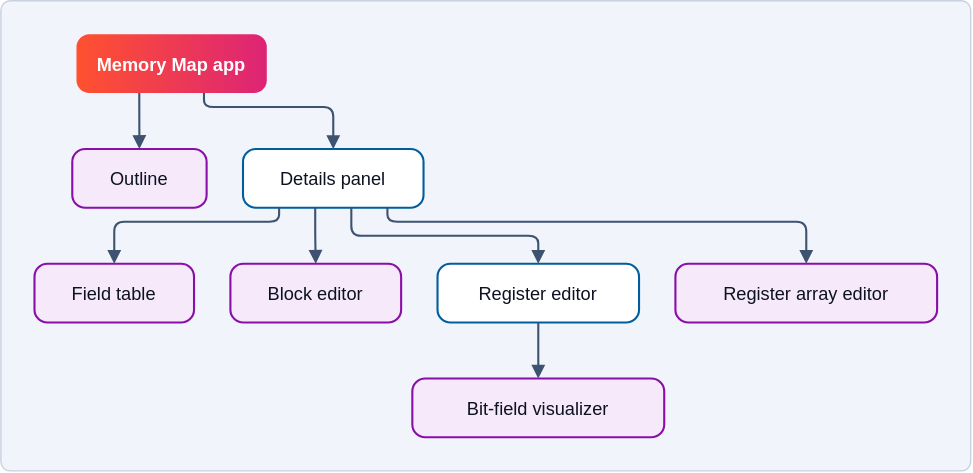
Before: docs/images/diagrams/architecture-webview-2.drawio.svg, a diagram exported from draw.io (bleviet/ipcraft-vscode). Source tidied: cells renumbered, new cells last; positions are measured from the earlier drawing's top-left corner, leaving out a move shared by most shapes. The source it was exported from:
```xml
<mxGraphModel>
  <root>
    <mxCell id="0" />
    <mxCell id="1" value="Background" parent="0" />
    <mxCell id="2" style="rounded=1;arcSize=2;absoluteArcSize=0;fillColor=#f1f4fb;strokeColor=#c9d0de;" parent="1" vertex="1">
      <mxGeometry width="693" height="336" as="geometry" />
    </mxCell>
    <mxCell id="3" value="Diagram" parent="0" />
    <mxCell id="4" value="Memory Map app" style="fontFamily=Manrope, Helvetica, Arial, sans-serif;fontSize=13;fontColor=#0d1120;strokeWidth=1.5;rounded=1;arcSize=22;fillColor=#ff512f;gradientColor=#dd2476;gradientDirection=east;strokeColor=none;fontColor=#ffffff;fontStyle=1;" parent="3" vertex="1">
      <mxGeometry x="54" y="24" width="136" height="42" as="geometry" />
    </mxCell>
    <mxCell id="5" value="Outline" style="fontFamily=Manrope, Helvetica, Arial, sans-serif;fontSize=13;fontColor=#0d1120;strokeWidth=1.5;rounded=1;arcSize=22;fillColor=#f5e9fa;strokeColor=#8a0ea8;" parent="3" vertex="1">
      <mxGeometry x="51" y="106" width="96" height="42" as="geometry" />
    </mxCell>
    <mxCell id="6" value="Details panel" style="fontFamily=Manrope, Helvetica, Arial, sans-serif;fontSize=13;fontColor=#0d1120;strokeWidth=1.5;rounded=1;arcSize=22;fillColor=#ffffff;strokeColor=#005e9e;" parent="3" vertex="1">
      <mxGeometry x="173" y="106" width="129" height="42" as="geometry" />
    </mxCell>
    <mxCell id="7" value="Block editor" style="fontFamily=Manrope, Helvetica, Arial, sans-serif;fontSize=13;fontColor=#0d1120;strokeWidth=1.5;rounded=1;arcSize=22;fillColor=#f5e9fa;strokeColor=#8a0ea8;" parent="3" vertex="1">
      <mxGeometry x="164" y="188" width="122" height="42" as="geometry" />
    </mxCell>
    <mxCell id="8" value="Register editor" style="fontFamily=Manrope, Helvetica, Arial, sans-serif;fontSize=13;fontColor=#0d1120;strokeWidth=1.5;rounded=1;arcSize=22;fillColor=#ffffff;strokeColor=#005e9e;" parent="3" vertex="1">
      <mxGeometry x="312" y="188" width="144" height="42" as="geometry" />
    </mxCell>
    <mxCell id="9" value="Field table" style="fontFamily=Manrope, Helvetica, Arial, sans-serif;fontSize=13;fontColor=#0d1120;strokeWidth=1.5;rounded=1;arcSize=22;fillColor=#f5e9fa;strokeColor=#8a0ea8;" parent="3" vertex="1">
      <mxGeometry x="24" y="188" width="114" height="42" as="geometry" />
    </mxCell>
    <mxCell id="10" value="Register array editor" style="fontFamily=Manrope, Helvetica, Arial, sans-serif;fontSize=13;fontColor=#0d1120;strokeWidth=1.5;rounded=1;arcSize=22;fillColor=#f5e9fa;strokeColor=#8a0ea8;" parent="3" vertex="1">
      <mxGeometry x="482" y="188" width="187" height="42" as="geometry" />
    </mxCell>
    <mxCell id="11" value="Bit-field visualizer" style="fontFamily=Manrope, Helvetica, Arial, sans-serif;fontSize=13;fontColor=#0d1120;strokeWidth=1.5;rounded=1;arcSize=22;fillColor=#f5e9fa;strokeColor=#8a0ea8;" parent="3" vertex="1">
      <mxGeometry x="294" y="270" width="180" height="42" as="geometry" />
    </mxCell>
    <mxCell id="12" style="edgeStyle=orthogonalEdgeStyle;rounded=1;arcSize=14;strokeColor=#3d5370;strokeWidth=1.5;endArrow=block;endFill=1;endSize=6;fontFamily=Manrope, Helvetica, Arial, sans-serif;fontSize=11;fontColor=#3d5370;labelBackgroundColor=#f1f4fb;exitX=0.33;exitY=1;exitDx=0;exitDy=0;entryX=0.5;entryY=0;entryDx=0;entryDy=0;" parent="3" edge="1" source="4" target="5">
      <mxGeometry relative="1" as="geometry" />
    </mxCell>
    <mxCell id="13" style="edgeStyle=orthogonalEdgeStyle;rounded=1;arcSize=14;strokeColor=#3d5370;strokeWidth=1.5;endArrow=block;endFill=1;endSize=6;fontFamily=Manrope, Helvetica, Arial, sans-serif;fontSize=11;fontColor=#3d5370;labelBackgroundColor=#f1f4fb;exitX=0.67;exitY=1;exitDx=0;exitDy=0;entryX=0.5;entryY=0;entryDx=0;entryDy=0;" parent="3" edge="1" source="4" target="6">
      <mxGeometry relative="1" as="geometry">
        <Array as="points">
          <mxPoint x="145" y="76" />
          <mxPoint x="238" y="76" />
        </Array>
      </mxGeometry>
    </mxCell>
    <mxCell id="14" style="edgeStyle=orthogonalEdgeStyle;rounded=1;arcSize=14;strokeColor=#3d5370;strokeWidth=1.5;endArrow=block;endFill=1;endSize=6;fontFamily=Manrope, Helvetica, Arial, sans-serif;fontSize=11;fontColor=#3d5370;labelBackgroundColor=#f1f4fb;exitX=0.4;exitY=1;exitDx=0;exitDy=0;entryX=0.5;entryY=0;entryDx=0;entryDy=0;" parent="3" edge="1" source="6" target="7">
      <mxGeometry relative="1" as="geometry" />
    </mxCell>
    <mxCell id="15" style="edgeStyle=orthogonalEdgeStyle;rounded=1;arcSize=14;strokeColor=#3d5370;strokeWidth=1.5;endArrow=block;endFill=1;endSize=6;fontFamily=Manrope, Helvetica, Arial, sans-serif;fontSize=11;fontColor=#3d5370;labelBackgroundColor=#f1f4fb;exitX=0.6;exitY=1;exitDx=0;exitDy=0;entryX=0.5;entryY=0;entryDx=0;entryDy=0;" parent="3" edge="1" source="6" target="8">
      <mxGeometry relative="1" as="geometry">
        <Array as="points">
          <mxPoint x="250" y="168" />
          <mxPoint x="384" y="168" />
        </Array>
      </mxGeometry>
    </mxCell>
    <mxCell id="16" style="edgeStyle=orthogonalEdgeStyle;rounded=1;arcSize=14;strokeColor=#3d5370;strokeWidth=1.5;endArrow=block;endFill=1;endSize=6;fontFamily=Manrope, Helvetica, Arial, sans-serif;fontSize=11;fontColor=#3d5370;labelBackgroundColor=#f1f4fb;exitX=0.2;exitY=1;exitDx=0;exitDy=0;entryX=0.5;entryY=0;entryDx=0;entryDy=0;" parent="3" edge="1" source="6" target="9">
      <mxGeometry relative="1" as="geometry">
        <Array as="points">
          <mxPoint x="199" y="158" />
          <mxPoint x="81" y="158" />
        </Array>
      </mxGeometry>
    </mxCell>
    <mxCell id="17" style="edgeStyle=orthogonalEdgeStyle;rounded=1;arcSize=14;strokeColor=#3d5370;strokeWidth=1.5;endArrow=block;endFill=1;endSize=6;fontFamily=Manrope, Helvetica, Arial, sans-serif;fontSize=11;fontColor=#3d5370;labelBackgroundColor=#f1f4fb;exitX=0.8;exitY=1;exitDx=0;exitDy=0;entryX=0.5;entryY=0;entryDx=0;entryDy=0;" parent="3" edge="1" source="6" target="10">
      <mxGeometry relative="1" as="geometry">
        <Array as="points">
          <mxPoint x="276" y="158" />
          <mxPoint x="576" y="158" />
        </Array>
      </mxGeometry>
    </mxCell>
    <mxCell id="18" style="edgeStyle=orthogonalEdgeStyle;rounded=1;arcSize=14;strokeColor=#3d5370;strokeWidth=1.5;endArrow=block;endFill=1;endSize=6;fontFamily=Manrope, Helvetica, Arial, sans-serif;fontSize=11;fontColor=#3d5370;labelBackgroundColor=#f1f4fb;exitX=0.5;exitY=1;exitDx=0;exitDy=0;entryX=0.5;entryY=0;entryDx=0;entryDy=0;" parent="3" edge="1" source="8" target="11">
      <mxGeometry relative="1" as="geometry" />
    </mxCell>
  </root>
</mxGraphModel>
```
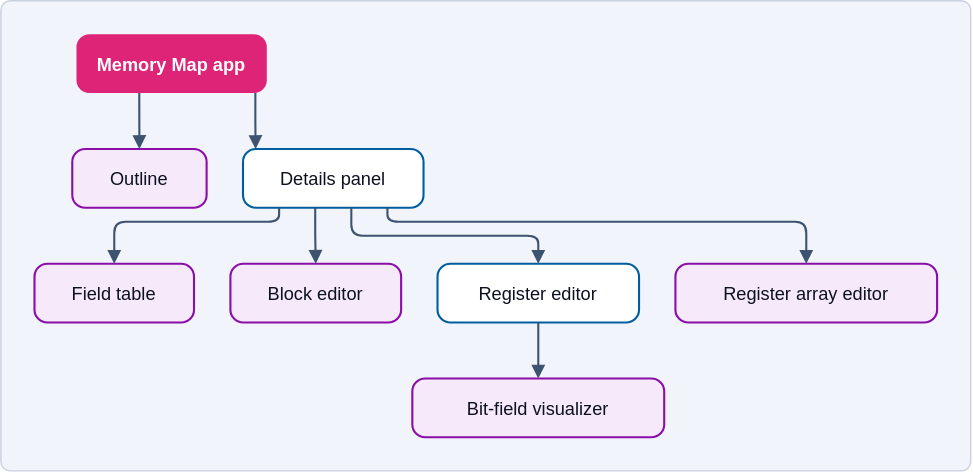
The same file after the commit.

What changed in the source:
```diff
@@ -6,7 +6,7 @@
       <mxGeometry width="693" height="336" as="geometry" />
     </mxCell>
     <mxCell id="3" value="Diagram" parent="0" />
-    <mxCell id="4" value="Memory Map app" style="fontFamily=Manrope, Helvetica, Arial, sans-serif;fontSize=13;fontColor=#0d1120;strokeWidth=1.5;rounded=1;arcSize=22;fillColor=#ff512f;gradientColor=#dd2476;gradientDirection=east;strokeColor=none;fontColor=#ffffff;fontStyle=1;" parent="3" vertex="1">
+    <mxCell id="4" value="Memory Map app" style="fontFamily=Manrope, Helvetica, Arial, sans-serif;fontSize=13;fontColor=#0d1120;strokeWidth=1.5;rounded=1;arcSize=22;fillColor=#dd2476;strokeColor=none;fontColor=#ffffff;fontStyle=1;" parent="3" vertex="1">
       <mxGeometry x="54" y="24" width="136" height="42" as="geometry" />
     </mxCell>
     <mxCell id="5" value="Outline" style="fontFamily=Manrope, Helvetica, Arial, sans-serif;fontSize=13;fontColor=#0d1120;strokeWidth=1.5;rounded=1;arcSize=22;fillColor=#f5e9fa;strokeColor=#8a0ea8;" parent="3" vertex="1">
@@ -30,21 +30,16 @@
     <mxCell id="11" value="Bit-field visualizer" style="fontFamily=Manrope, Helvetica, Arial, sans-serif;fontSize=13;fontColor=#0d1120;strokeWidth=1.5;rounded=1;arcSize=22;fillColor=#f5e9fa;strokeColor=#8a0ea8;" parent="3" vertex="1">
       <mxGeometry x="294" y="270" width="180" height="42" as="geometry" />
     </mxCell>
-    <mxCell id="12" style="edgeStyle=orthogonalEdgeStyle;rounded=1;arcSize=14;strokeColor=#3d5370;strokeWidth=1.5;endArrow=block;endFill=1;endSize=6;fontFamily=Manrope, Helvetica, Arial, sans-serif;fontSize=11;fontColor=#3d5370;labelBackgroundColor=#f1f4fb;exitX=0.33;exitY=1;exitDx=0;exitDy=0;entryX=0.5;entryY=0;entryDx=0;entryDy=0;" parent="3" edge="1" source="4" target="5">
+    <mxCell id="12" style="edgeStyle=orthogonalEdgeStyle;rounded=1;arcSize=16;html=0;strokeColor=#3d5370;strokeWidth=1.5;endArrow=block;endFill=1;endSize=6;fontFamily=Manrope, Helvetica, Arial, sans-serif;fontSize=11;fontColor=#3d5370;labelBackgroundColor=#f1f4fb;exitX=0.33;exitY=1;exitDx=0;exitDy=0;entryX=0.5;entryY=0;entryDx=0;entryDy=0;" parent="3" edge="1" source="4" target="5">
       <mxGeometry relative="1" as="geometry" />
     </mxCell>
-    <mxCell id="13" style="edgeStyle=orthogonalEdgeStyle;rounded=1;arcSize=14;strokeColor=#3d5370;strokeWidth=1.5;endArrow=block;endFill=1;endSize=6;fontFamily=Manrope, Helvetica, Arial, sans-serif;fontSize=11;fontColor=#3d5370;labelBackgroundColor=#f1f4fb;exitX=0.67;exitY=1;exitDx=0;exitDy=0;entryX=0.5;entryY=0;entryDx=0;entryDy=0;" parent="3" edge="1" source="4" target="6">
-      <mxGeometry relative="1" as="geometry">
-        <Array as="points">
-          <mxPoint x="145" y="76" />
-          <mxPoint x="238" y="76" />
-        </Array>
-      </mxGeometry>
+    <mxCell id="13" style="edgeStyle=orthogonalEdgeStyle;rounded=1;arcSize=16;html=0;strokeColor=#3d5370;strokeWidth=1.5;endArrow=block;endFill=1;endSize=6;fontFamily=Manrope, Helvetica, Arial, sans-serif;fontSize=11;fontColor=#3d5370;labelBackgroundColor=#f1f4fb;exitX=0.94;exitY=1;exitDx=0;exitDy=0;entryX=0.07;entryY=0;entryDx=0;entryDy=0;" parent="3" edge="1" source="4" target="6">
+      <mxGeometry relative="1" as="geometry" />
     </mxCell>
-    <mxCell id="14" style="edgeStyle=orthogonalEdgeStyle;rounded=1;arcSize=14;strokeColor=#3d5370;strokeWidth=1.5;endArrow=block;endFill=1;endSize=6;fontFamily=Manrope, Helvetica, Arial, sans-serif;fontSize=11;fontColor=#3d5370;labelBackgroundColor=#f1f4fb;exitX=0.4;exitY=1;exitDx=0;exitDy=0;entryX=0.5;entryY=0;entryDx=0;entryDy=0;" parent="3" edge="1" source="6" target="7">
+    <mxCell id="14" style="edgeStyle=orthogonalEdgeStyle;rounded=1;arcSize=16;html=0;strokeColor=#3d5370;strokeWidth=1.5;endArrow=block;endFill=1;endSize=6;fontFamily=Manrope, Helvetica, Arial, sans-serif;fontSize=11;fontColor=#3d5370;labelBackgroundColor=#f1f4fb;exitX=0.4;exitY=1;exitDx=0;exitDy=0;entryX=0.5;entryY=0;entryDx=0;entryDy=0;" parent="3" edge="1" source="6" target="7">
       <mxGeometry relative="1" as="geometry" />
     </mxCell>
-    <mxCell id="15" style="edgeStyle=orthogonalEdgeStyle;rounded=1;arcSize=14;strokeColor=#3d5370;strokeWidth=1.5;endArrow=block;endFill=1;endSize=6;fontFamily=Manrope, Helvetica, Arial, sans-serif;fontSize=11;fontColor=#3d5370;labelBackgroundColor=#f1f4fb;exitX=0.6;exitY=1;exitDx=0;exitDy=0;entryX=0.5;entryY=0;entryDx=0;entryDy=0;" parent="3" edge="1" source="6" target="8">
+    <mxCell id="15" style="edgeStyle=orthogonalEdgeStyle;rounded=1;arcSize=16;html=0;strokeColor=#3d5370;strokeWidth=1.5;endArrow=block;endFill=1;endSize=6;fontFamily=Manrope, Helvetica, Arial, sans-serif;fontSize=11;fontColor=#3d5370;labelBackgroundColor=#f1f4fb;exitX=0.6;exitY=1;exitDx=0;exitDy=0;entryX=0.5;entryY=0;entryDx=0;entryDy=0;" parent="3" edge="1" source="6" target="8">
       <mxGeometry relative="1" as="geometry">
         <Array as="points">
           <mxPoint x="250" y="168" />
@@ -52,7 +47,7 @@
         </Array>
       </mxGeometry>
     </mxCell>
-    <mxCell id="16" style="edgeStyle=orthogonalEdgeStyle;rounded=1;arcSize=14;strokeColor=#3d5370;strokeWidth=1.5;endArrow=block;endFill=1;endSize=6;fontFamily=Manrope, Helvetica, Arial, sans-serif;fontSize=11;fontColor=#3d5370;labelBackgroundColor=#f1f4fb;exitX=0.2;exitY=1;exitDx=0;exitDy=0;entryX=0.5;entryY=0;entryDx=0;entryDy=0;" parent="3" edge="1" source="6" target="9">
+    <mxCell id="16" style="edgeStyle=orthogonalEdgeStyle;rounded=1;arcSize=16;html=0;strokeColor=#3d5370;strokeWidth=1.5;endArrow=block;endFill=1;endSize=6;fontFamily=Manrope, Helvetica, Arial, sans-serif;fontSize=11;fontColor=#3d5370;labelBackgroundColor=#f1f4fb;exitX=0.2;exitY=1;exitDx=0;exitDy=0;entryX=0.5;entryY=0;entryDx=0;entryDy=0;" parent="3" edge="1" source="6" target="9">
       <mxGeometry relative="1" as="geometry">
         <Array as="points">
           <mxPoint x="199" y="158" />
@@ -60,7 +55,7 @@
         </Array>
       </mxGeometry>
     </mxCell>
-    <mxCell id="17" style="edgeStyle=orthogonalEdgeStyle;rounded=1;arcSize=14;strokeColor=#3d5370;strokeWidth=1.5;endArrow=block;endFill=1;endSize=6;fontFamily=Manrope, Helvetica, Arial, sans-serif;fontSize=11;fontColor=#3d5370;labelBackgroundColor=#f1f4fb;exitX=0.8;exitY=1;exitDx=0;exitDy=0;entryX=0.5;entryY=0;entryDx=0;entryDy=0;" parent="3" edge="1" source="6" target="10">
+    <mxCell id="17" style="edgeStyle=orthogonalEdgeStyle;rounded=1;arcSize=16;html=0;strokeColor=#3d5370;strokeWidth=1.5;endArrow=block;endFill=1;endSize=6;fontFamily=Manrope, Helvetica, Arial, sans-serif;fontSize=11;fontColor=#3d5370;labelBackgroundColor=#f1f4fb;exitX=0.8;exitY=1;exitDx=0;exitDy=0;entryX=0.5;entryY=0;entryDx=0;entryDy=0;" parent="3" edge="1" source="6" target="10">
       <mxGeometry relative="1" as="geometry">
         <Array as="points">
           <mxPoint x="276" y="158" />
@@ -68,7 +63,7 @@
         </Array>
       </mxGeometry>
     </mxCell>
-    <mxCell id="18" style="edgeStyle=orthogonalEdgeStyle;rounded=1;arcSize=14;strokeColor=#3d5370;strokeWidth=1.5;endArrow=block;endFill=1;endSize=6;fontFamily=Manrope, Helvetica, Arial, sans-serif;fontSize=11;fontColor=#3d5370;labelBackgroundColor=#f1f4fb;exitX=0.5;exitY=1;exitDx=0;exitDy=0;entryX=0.5;entryY=0;entryDx=0;entryDy=0;" parent="3" edge="1" source="8" target="11">
+    <mxCell id="18" style="edgeStyle=orthogonalEdgeStyle;rounded=1;arcSize=16;html=0;strokeColor=#3d5370;strokeWidth=1.5;endArrow=block;endFill=1;endSize=6;fontFamily=Manrope, Helvetica, Arial, sans-serif;fontSize=11;fontColor=#3d5370;labelBackgroundColor=#f1f4fb;exitX=0.5;exitY=1;exitDx=0;exitDy=0;entryX=0.5;entryY=0;entryDx=0;entryDy=0;" parent="3" edge="1" source="8" target="11">
       <mxGeometry relative="1" as="geometry" />
     </mxCell>
   </root>
```
